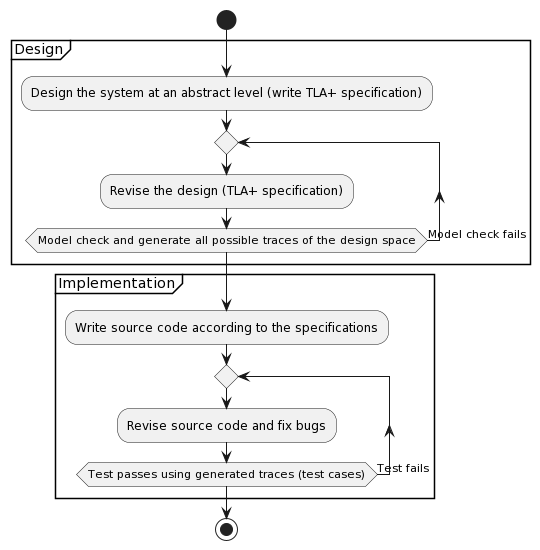
Above: doc/workflow.png in scuptio/sedeve-kit (PlantUML), before the change.
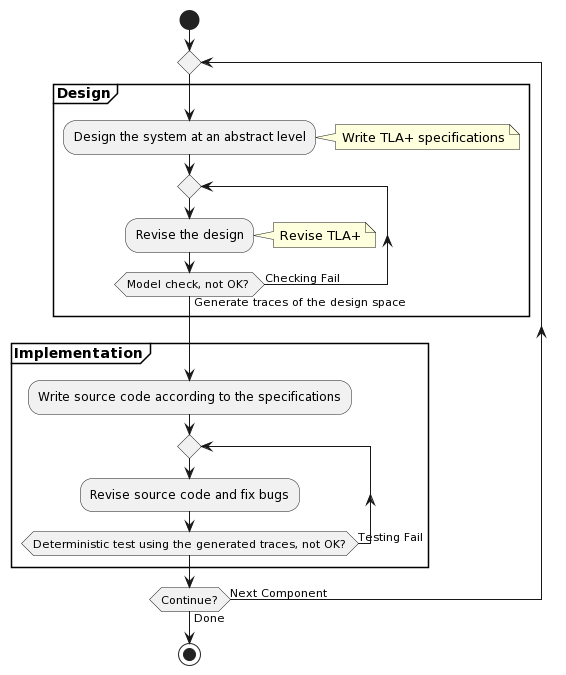
Above is the later version.

Change to the diagram source:
```diff
@@ -1,21 +1,25 @@
 @startuml
 start
 
-partition Design {
-  :Design the system at an abstract level (write TLA+ specification);
-
+repeat
+partition **Design** {
+  :Design the system at an abstract level;
+  note right: Write TLA+ specifications
   repeat
-    :Revise the design (TLA+ specification);
-  repeat while (Model check and generate all possible traces of the design space) is (Model check fails)
+    :Revise the design;
+    note right: Revise TLA+
+  repeat while (Model check, not OK? ) is (Checking Fail) not (Generate traces of the design space)
 }
 
-partition Implementation {
+partition **Implementation** {
   :Write source code according to the specifications;
 
   repeat
     :Revise source code and fix bugs;
-  repeat while (Test passes using generated traces (test cases)) is (Test fails)
+  repeat while (Deterministic test using the generated traces, not OK?) is (Testing Fail)
 }
+
+repeat while (Continue?) is (Next Component) not (Done)
 
 stop
 @enduml
```
